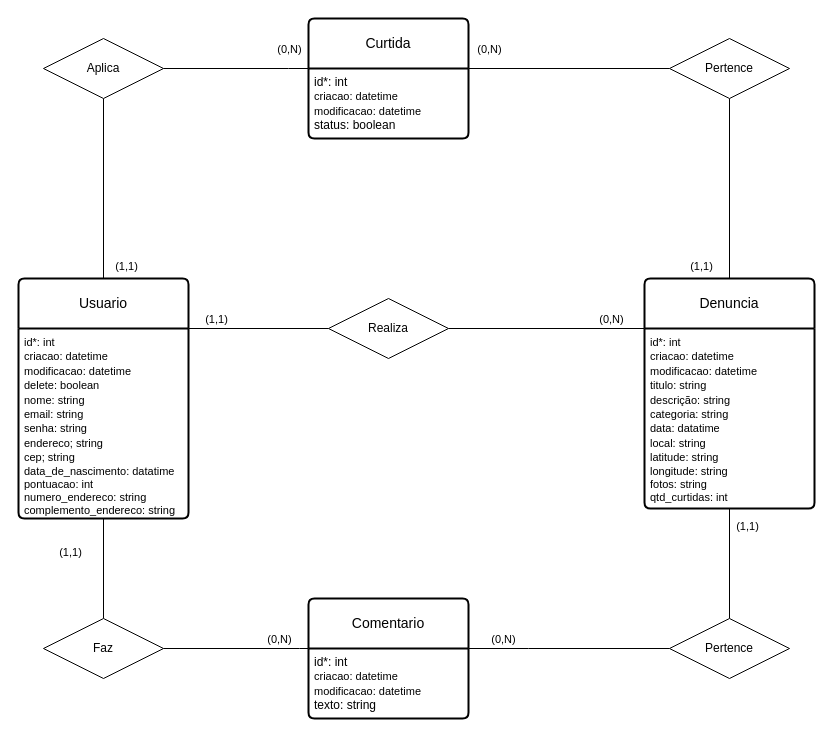
The draw.io diagram Documentação/Diagramas/Diagramas de Casos de Uso/Diagrama Entidade Relacionamento.drawio in frsouzaa/Documentacao-TCC-NossaVia, before the edit. Source tidied: cells renumbered, new cells numbered last; positions are measured from the earlier drawing's top-left corner, leaving out a move shared by most shapes. Both pictures are drawn from the tidied source at 100%, with x=0, y=0 at pixel (18, 18).
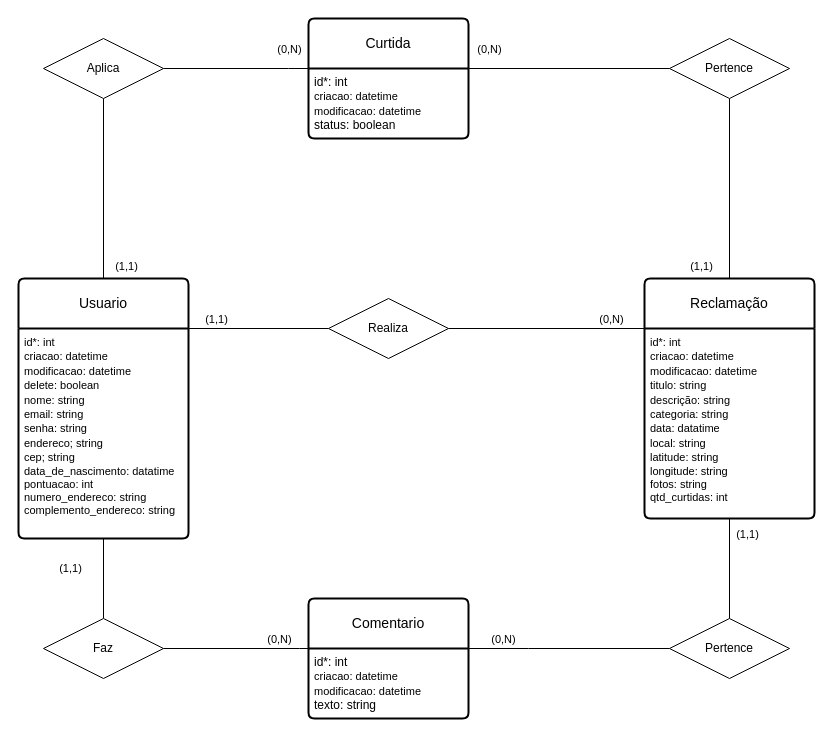
The same diagram, later.

Change to the diagram source:
```diff
@@
     <mxCell id="2" value="Usuario" style="swimlane;horizontal=1;startSize=50;rounded=1;fontSize=14;fontStyle=0;strokeWidth=2;shadow=0;dashed=0;align=center;arcSize=4;whiteSpace=wrap;html=1;" parent="1" vertex="1">
-      <mxGeometry y="260" width="170" height="240" as="geometry" />
+      <mxGeometry y="260" width="170" height="260" as="geometry" />
     </mxCell>
     <mxCell id="3" value="&lt;font style=&quot;font-size: 11px;&quot;&gt;id*: int&lt;/font&gt;&lt;div&gt;&lt;font style=&quot;font-size: 11px;&quot;&gt;criacao: datetime&lt;/font&gt;&lt;/div&gt;&lt;div&gt;&lt;font style=&quot;font-size: 11px;&quot;&gt;modificacao: datetime&lt;/font&gt;&lt;/div&gt;&lt;div&gt;&lt;font style=&quot;font-size: 11px;&quot;&gt;delete: boolean&lt;br&gt;nome: string&lt;br&gt;email: string&lt;br&gt;senha: string&lt;br&gt;endereco; string&lt;br&gt;cep; string&lt;br&gt;&lt;/font&gt;&lt;div style=&quot;font-size: 11px;&quot;&gt;&lt;font style=&quot;font-size: 11px;&quot;&gt;data_de_nascimento: datatime&lt;br&gt;pontuacao: int&lt;br&gt;&lt;/font&gt;numero_endereco: string&lt;/div&gt;&lt;/div&gt;&lt;div style=&quot;font-size: 11px;&quot;&gt;complemento_endereco: string&lt;/div&gt;" style="align=left;strokeColor=none;fillColor=none;spacingLeft=4;fontSize=12;verticalAlign=top;html=1;" parent="2" vertex="1">
-      <mxGeometry y="50" width="170" height="190" as="geometry" />
+      <mxGeometry y="50" width="170" height="210" as="geometry" />
     </mxCell>
-    <mxCell id="4" value="Denuncia" style="swimlane;horizontal=1;startSize=50;rounded=1;fontSize=14;fontStyle=0;strokeWidth=2;shadow=0;dashed=0;align=center;arcSize=4;whiteSpace=wrap;html=1;" parent="1" vertex="1">
-      <mxGeometry x="626" y="260" width="170" height="230" as="geometry" />
+    <mxCell id="4" value="Reclamação" style="swimlane;horizontal=1;startSize=50;rounded=1;fontSize=14;fontStyle=0;strokeWidth=2;shadow=0;dashed=0;align=center;arcSize=4;whiteSpace=wrap;html=1;" parent="1" vertex="1">
+      <mxGeometry x="626" y="260" width="170" height="240" as="geometry" />
     </mxCell>
     <mxCell id="5" value="&lt;font style=&quot;font-size: 11px;&quot;&gt;id*: int&lt;/font&gt;&lt;div&gt;&lt;font style=&quot;font-size: 11px;&quot;&gt;&lt;div style=&quot;font-size: 12px;&quot;&gt;&lt;font style=&quot;font-size: 11px;&quot;&gt;criacao: datetime&lt;/font&gt;&lt;/div&gt;&lt;div style=&quot;font-size: 12px;&quot;&gt;&lt;font style=&quot;font-size: 11px;&quot;&gt;modificacao: datetime&lt;/font&gt;&lt;/div&gt;titulo: string&lt;br&gt;descrição: string&lt;br&gt;categoria: string&lt;br&gt;data: datatime&lt;br&gt;local: string&lt;/font&gt;&lt;div&gt;&lt;span style=&quot;font-size: 11px; background-color: initial;&quot;&gt;latitude: string&lt;/span&gt;&lt;div style=&quot;font-size: 11px;&quot;&gt;&lt;font style=&quot;font-size: 11px;&quot;&gt;longitude: string&lt;br&gt;&lt;/font&gt;fotos: string&lt;/div&gt;&lt;div style=&quot;font-size: 11px;&quot;&gt;qtd_curtidas: int&lt;/div&gt;&lt;/div&gt;&lt;/div&gt;" style="align=left;strokeColor=none;fillColor=none;spacingLeft=4;fontSize=12;verticalAlign=top;html=1;" parent="4" vertex="1">
-      <mxGeometry y="50" width="170" height="180" as="geometry" />
+      <mxGeometry y="50" width="170" height="190" as="geometry" />
     </mxCell>
```
